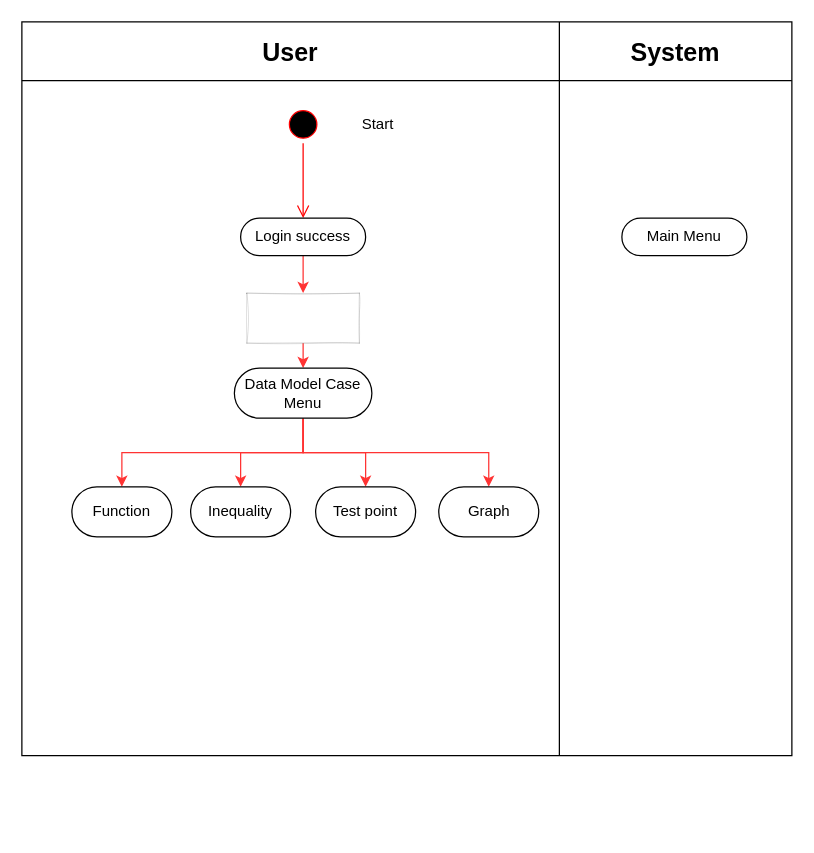
Above: page "Activity Case Model" (3 of 3) of rpl/tugas1/uml.drawio in Rizqirazkafi/kuliah-y2 (draw.io), before the change. Source tidied: cells renumbered, new cells numbered last; positions are measured from the earlier drawing's top-left corner, leaving out a move shared by most shapes. Both pictures are drawn from the tidied source at 125%, with x=0, y=0 at pixel (21, 21).
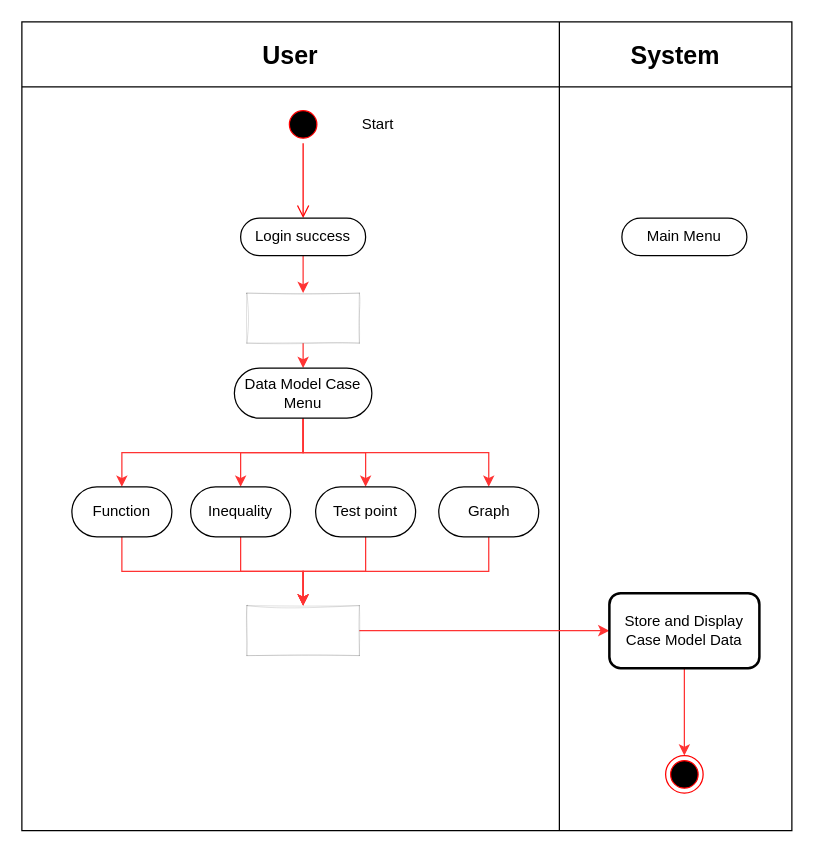
After the change.

The change refers to these unchanged cells:
```xml
<mxCell id="22" value="Function" style="rounded=1;whiteSpace=wrap;html=1;arcSize=50;" parent="1" vertex="1">
  <mxGeometry x="40" y="372" width="80" height="40" as="geometry" />
</mxCell>
<mxCell id="23" value="Inequality" style="rounded=1;whiteSpace=wrap;html=1;arcSize=50;" parent="1" vertex="1">
  <mxGeometry x="135" y="372" width="80" height="40" as="geometry" />
</mxCell>
<mxCell id="24" value="Graph" style="rounded=1;whiteSpace=wrap;html=1;arcSize=50;" parent="1" vertex="1">
  <mxGeometry x="333.5" y="372" width="80" height="40" as="geometry" />
</mxCell>
<mxCell id="25" value="Test point" style="rounded=1;whiteSpace=wrap;html=1;arcSize=50;" parent="1" vertex="1">
  <mxGeometry x="235" y="372" width="80" height="40" as="geometry" />
</mxCell>
```

The edit, as a diff of the source:
```diff
@@
     <mxCell id="2" style="shape=table;startSize=0;childLayout=tableLayout;rounded=0;" parent="1" vertex="1">
-      <mxGeometry width="616" height="587" as="geometry" />
+      <mxGeometry width="616" height="647" as="geometry" />
     </mxCell>
     <mxCell id="3" style="shape=partialRectangle;fillColor=none;top=0;left=0;bottom=0;right=0;" parent="2" vertex="1">
-      <mxGeometry width="616" height="47" as="geometry" />
+      <mxGeometry width="616" height="52" as="geometry" />
     </mxCell>
     <mxCell id="4" value="&lt;font style=&quot;font-size: 20px&quot;&gt;&lt;b&gt;User&lt;/b&gt;&lt;/font&gt;" style="shape=partialRectangle;html=1;whiteSpace=wrap;overflow=hidden;fillColor=none;top=0;left=0;bottom=0;right=0;" parent="3" vertex="1">
-      <mxGeometry width="430" height="47" as="geometry" />
+      <mxGeometry width="430" height="52" as="geometry" />
     </mxCell>
     <mxCell id="5" value="&lt;font size=&quot;1&quot;&gt;&lt;b style=&quot;font-size: 20px&quot;&gt;System&lt;/b&gt;&lt;/font&gt;" style="shape=partialRectangle;html=1;whiteSpace=wrap;overflow=hidden;fillColor=none;top=0;left=0;bottom=0;right=0;" parent="3" vertex="1">
-      <mxGeometry x="430" width="186" height="47" as="geometry" />
+      <mxGeometry x="430" width="186" height="52" as="geometry" />
     </mxCell>
     <mxCell id="6" style="shape=partialRectangle;fillColor=none;top=0;left=0;bottom=0;right=0;" parent="2" vertex="1">
-      <mxGeometry y="47" width="616" height="540" as="geometry" />
+      <mxGeometry y="52" width="616" height="595" as="geometry" />
     </mxCell>
     <mxCell id="7" style="shape=partialRectangle;html=1;whiteSpace=wrap;overflow=hidden;fillColor=none;top=0;left=0;bottom=0;right=0;" parent="6" vertex="1">
-      <mxGeometry width="430" height="540" as="geometry" />
+      <mxGeometry width="430" height="595" as="geometry" />
     </mxCell>
     <mxCell id="8" style="shape=partialRectangle;html=1;whiteSpace=wrap;overflow=hidden;fillColor=none;top=0;left=0;bottom=0;right=0;" parent="6" vertex="1">
-      <mxGeometry x="430" width="186" height="540" as="geometry" />
+      <mxGeometry x="430" width="186" height="595" as="geometry" />
     </mxCell>
@@
+    <mxCell id="26" style="edgeStyle=orthogonalEdgeStyle;rounded=0;jettySize=auto;html=1;exitX=0.5;exitY=1;exitDx=0;exitDy=0;strokeColor=#FF3333;" parent="1" edge="1" source="22" target="31">
+      <mxGeometry relative="1" as="geometry" />
+    </mxCell>
@@
+    <mxCell id="27" style="edgeStyle=orthogonalEdgeStyle;rounded=0;jettySize=auto;html=1;exitX=0.5;exitY=1;exitDx=0;exitDy=0;entryX=0.5;entryY=0;entryDx=0;entryDy=0;strokeColor=#FF3333;" parent="1" edge="1" source="23" target="31">
+      <mxGeometry relative="1" as="geometry" />
+    </mxCell>
@@
+    <mxCell id="28" style="edgeStyle=orthogonalEdgeStyle;rounded=0;jettySize=auto;html=1;exitX=0.5;exitY=1;exitDx=0;exitDy=0;strokeColor=#FF3333;" parent="1" edge="1" source="24" target="31">
+      <mxGeometry relative="1" as="geometry" />
+    </mxCell>
@@
+    <mxCell id="29" style="edgeStyle=orthogonalEdgeStyle;rounded=0;jettySize=auto;html=1;exitX=0.5;exitY=1;exitDx=0;exitDy=0;strokeColor=#FF3333;" parent="1" edge="1" source="25" target="31">
+      <mxGeometry relative="1" as="geometry" />
+    </mxCell>
@@
+    <mxCell id="30" style="edgeStyle=orthogonalEdgeStyle;rounded=0;jettySize=auto;html=1;exitX=1;exitY=0.5;exitDx=0;exitDy=0;entryX=0;entryY=0.5;entryDx=0;entryDy=0;strokeColor=#FF3333;" parent="1" edge="1" source="31" target="33">
+      <mxGeometry relative="1" as="geometry" />
+    </mxCell>
+    <mxCell id="31" style="rounded=0;whiteSpace=wrap;html=1;gradientColor=none;gradientDirection=east;fillColor=#000000;sketch=1;glass=0;strokeWidth=0;perimeterSpacing=0;" parent="1" vertex="1">
+      <mxGeometry x="180" y="467" width="90" height="40" as="geometry" />
+    </mxCell>
+    <mxCell id="32" style="edgeStyle=orthogonalEdgeStyle;rounded=0;jettySize=auto;html=1;exitX=0.5;exitY=1;exitDx=0;exitDy=0;entryX=0.5;entryY=0;entryDx=0;entryDy=0;strokeColor=#FF3333;" parent="1" edge="1" source="33" target="34">
+      <mxGeometry relative="1" as="geometry" />
+    </mxCell>
+    <mxCell id="33" value="Store and Display Case Model Data" style="rounded=1;whiteSpace=wrap;html=1;glass=0;sketch=0;strokeWidth=2;fillColor=#FFFFFF;gradientColor=none;gradientDirection=east;strokeColor=default;" parent="1" vertex="1">
+      <mxGeometry x="470" y="457" width="120" height="60" as="geometry" />
+    </mxCell>
+    <mxCell id="34" style="ellipse;html=1;shape=endState;fillColor=#000000;strokeColor=#ff0000;rounded=1;glass=0;sketch=0;" parent="1" vertex="1">
+      <mxGeometry x="515" y="587" width="30" height="30" as="geometry" />
+    </mxCell>
```
